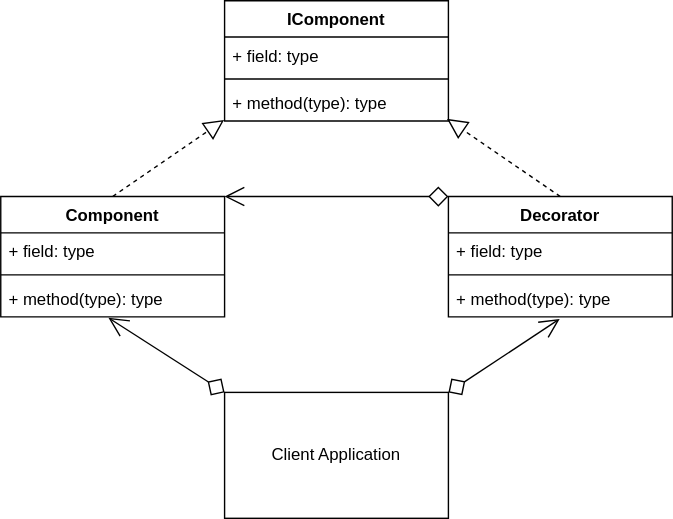
Sean-Bradley/Design-Patterns-In-Python keeps this draw.io diagram as img/decorator_concept.svg. Above is the earlier version. Source tidied: cells renumbered, new cells last; positions are measured from the earlier drawing's top-left corner, leaving out a move shared by most shapes.
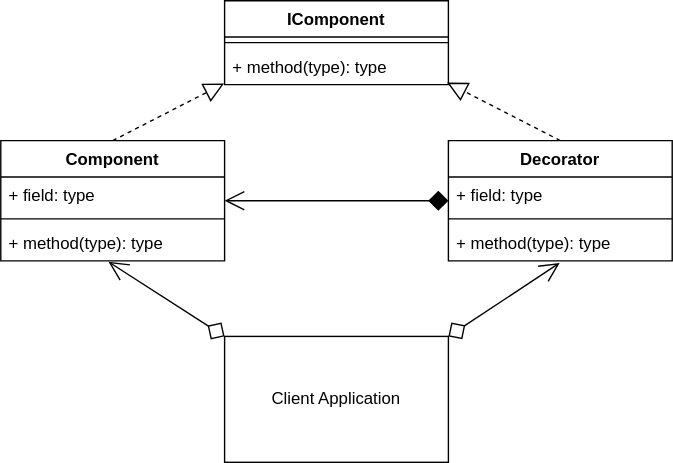
Above is the later version.

What changed in the source:
```diff
@@ -14,23 +14,20 @@
     <mxCell id="5" style="rounded=0;jettySize=auto;html=1;endArrow=block;endFill=0;dashed=1;startSize=6;endSize=12;entryX=0.994;entryY=0.943;entryDx=0;entryDy=0;entryPerimeter=0;exitX=0.5;exitY=0;exitDx=0;exitDy=0;" parent="1" edge="1" source="16" target="11">
       <mxGeometry relative="1" as="geometry" />
     </mxCell>
-    <mxCell id="6" style="endArrow=diamond;endFill=0;endSize=12;html=1;startArrow=open;startFill=0;exitX=1;exitY=0;exitDx=0;exitDy=0;entryX=0;entryY=0;entryDx=0;entryDy=0;startSize=12;" parent="1" edge="1" source="12" target="16">
+    <mxCell id="6" style="endArrow=diamond;endFill=1;endSize=12;html=1;startArrow=open;startFill=0;startSize=12;" parent="1" edge="1" source="12" target="16">
       <mxGeometry relative="1" as="geometry" />
     </mxCell>
     <mxCell id="7" style="endArrow=diamond;endFill=0;endSize=12;html=1;startArrow=open;startFill=0;exitX=0.497;exitY=1.058;exitDx=0;exitDy=0;exitPerimeter=0;entryX=1;entryY=0;entryDx=0;entryDy=0;startSize=12;" parent="1" edge="1" source="19" target="3">
       <mxGeometry relative="1" as="geometry" />
     </mxCell>
     <mxCell id="8" value="IComponent" style="swimlane;fontStyle=1;align=center;verticalAlign=top;horizontal=1;startSize=26;" parent="1" vertex="1">
-      <mxGeometry x="160" width="160" height="86" as="geometry" />
+      <mxGeometry x="160" y="40" width="160" height="60" as="geometry" />
     </mxCell>
-    <mxCell id="9" value="+ field: type" style="text;strokeColor=none;fillColor=none;align=left;verticalAlign=top;spacingLeft=4;spacingRight=4;overflow=hidden;" parent="8" vertex="1">
-      <mxGeometry y="26" width="160" height="26" as="geometry" />
-    </mxCell>
     <mxCell id="10" style="line;strokeWidth=1;fillColor=none;align=left;verticalAlign=middle;spacingTop=-1;spacingLeft=3;spacingRight=3;labelPosition=right;" parent="8" vertex="1">
-      <mxGeometry y="52" width="160" height="8" as="geometry" />
+      <mxGeometry y="26" width="160" height="8" as="geometry" />
     </mxCell>
     <mxCell id="11" value="+ method(type): type" style="text;strokeColor=none;fillColor=none;align=left;verticalAlign=top;spacingLeft=4;spacingRight=4;overflow=hidden;points=[[0,0.5],[1,0.5]];portConstraint=eastwest;" parent="8" vertex="1">
-      <mxGeometry y="60" width="160" height="26" as="geometry" />
+      <mxGeometry y="34" width="160" height="26" as="geometry" />
     </mxCell>
     <mxCell id="12" value="Component" style="swimlane;fontStyle=1;align=center;verticalAlign=top;horizontal=1;startSize=26;" parent="1" vertex="1">
       <mxGeometry y="140" width="160" height="86" as="geometry" />
```
